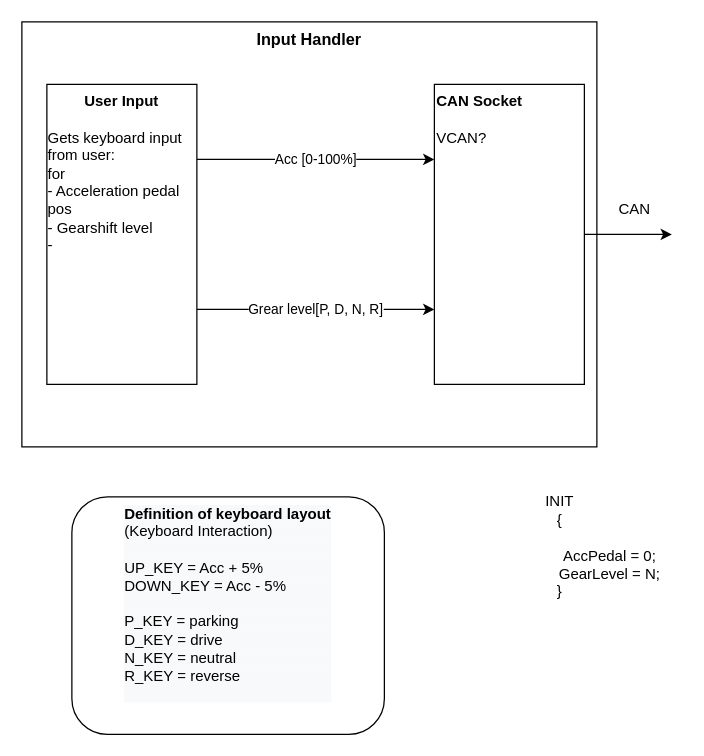
This is Requirements/Input Handler.drawio from yongsenliu/Ramone, a draw.io file, before an edit. Source tidied: cells renumbered, new cells numbered last; positions are measured from the earlier drawing's top-left corner, leaving out a move shared by most shapes. Both pictures are drawn from the tidied source at 125%, with x=0, y=0 at pixel (21, 21).
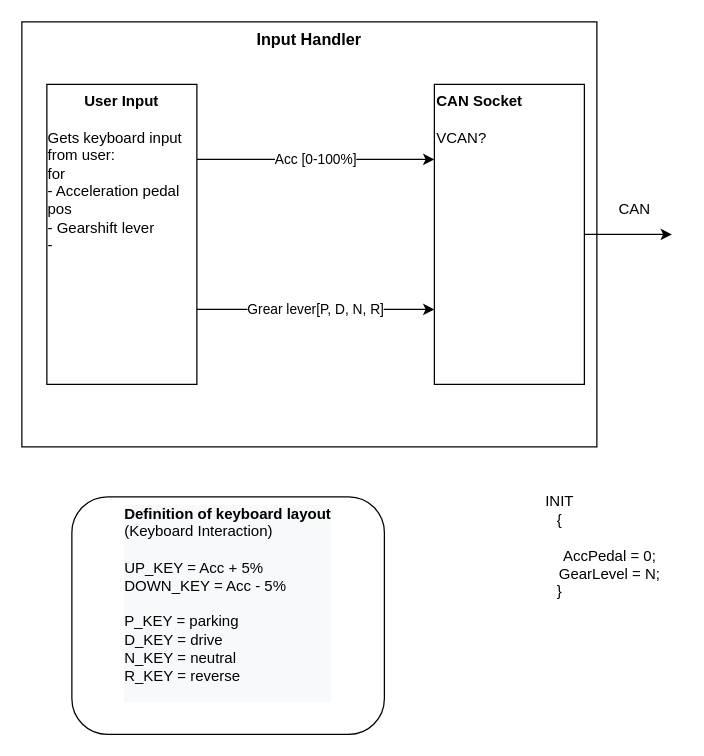
The same page after the edit.

The edit, as a diff of the source:
```diff
@@
 <mxGraphModel>
   <root>
     <mxCell id="0" />
     <mxCell id="1" parent="0" />
     <mxCell id="2" value="&lt;b&gt;&lt;font style=&quot;font-size: 13px&quot;&gt;Input Handler&lt;/font&gt;&lt;/b&gt;" style="rounded=0;whiteSpace=wrap;html=1;align=center;verticalAlign=top;" parent="1" vertex="1">
       <mxGeometry width="460" height="340" as="geometry" />
     </mxCell>
-    <mxCell id="3" value="&lt;b&gt;User Input&lt;/b&gt;&lt;br&gt;&lt;br&gt;&lt;div style=&quot;text-align: left&quot;&gt;Gets keyboard input from user:&lt;/div&gt;&lt;div style=&quot;text-align: left&quot;&gt;for&amp;nbsp;&lt;/div&gt;&lt;div style=&quot;text-align: left&quot;&gt;- Acceleration pedal&amp;nbsp; pos&lt;/div&gt;&lt;div style=&quot;text-align: left&quot;&gt;- Gearshift level&lt;/div&gt;&lt;div style=&quot;text-align: left&quot;&gt;-&amp;nbsp;&lt;/div&gt;&lt;div style=&quot;text-align: left&quot;&gt;&lt;br&gt;&lt;/div&gt;&lt;div style=&quot;text-align: left&quot;&gt;&lt;br&gt;&lt;/div&gt;" style="rounded=0;whiteSpace=wrap;html=1;align=center;verticalAlign=top;" parent="1" vertex="1">
+    <mxCell id="3" value="&lt;b&gt;User Input&lt;/b&gt;&lt;br&gt;&lt;br&gt;&lt;div style=&quot;text-align: left&quot;&gt;Gets keyboard input from user:&lt;/div&gt;&lt;div style=&quot;text-align: left&quot;&gt;for&amp;nbsp;&lt;/div&gt;&lt;div style=&quot;text-align: left&quot;&gt;- Acceleration pedal&amp;nbsp; pos&lt;/div&gt;&lt;div style=&quot;text-align: left&quot;&gt;- Gearshift lever&lt;/div&gt;&lt;div style=&quot;text-align: left&quot;&gt;-&amp;nbsp;&lt;/div&gt;&lt;div style=&quot;text-align: left&quot;&gt;&lt;br&gt;&lt;/div&gt;&lt;div style=&quot;text-align: left&quot;&gt;&lt;br&gt;&lt;/div&gt;" style="rounded=0;whiteSpace=wrap;html=1;align=center;verticalAlign=top;" parent="1" vertex="1">
       <mxGeometry x="20" y="50" width="120" height="240" as="geometry" />
     </mxCell>
     <mxCell id="4" value="&lt;b&gt;CAN Socket&lt;/b&gt;&lt;br&gt;&lt;br&gt;VCAN?" style="rounded=0;whiteSpace=wrap;html=1;align=left;verticalAlign=top;" parent="1" vertex="1">
       <mxGeometry x="330" y="50" width="120" height="240" as="geometry" />
     </mxCell>
     <mxCell id="5" value="&lt;div style=&quot;color: rgb(0 , 0 , 0) ; font-family: &amp;#34;helvetica&amp;#34; ; font-size: 12px ; font-style: normal ; letter-spacing: normal ; text-indent: 0px ; text-transform: none ; word-spacing: 0px ; background-color: rgb(248 , 249 , 250) ; text-align: left&quot;&gt;&lt;b&gt;Definition of keyboard layout&lt;/b&gt;&lt;/div&gt;&lt;div style=&quot;color: rgb(0 , 0 , 0) ; font-family: &amp;#34;helvetica&amp;#34; ; font-size: 12px ; font-style: normal ; letter-spacing: normal ; text-indent: 0px ; text-transform: none ; word-spacing: 0px ; background-color: rgb(248 , 249 , 250) ; text-align: left&quot;&gt;(Keyboard Interaction)&lt;/div&gt;&lt;div style=&quot;color: rgb(0 , 0 , 0) ; font-family: &amp;#34;helvetica&amp;#34; ; font-size: 12px ; font-style: normal ; letter-spacing: normal ; text-indent: 0px ; text-transform: none ; word-spacing: 0px ; background-color: rgb(248 , 249 , 250) ; text-align: left&quot;&gt;&lt;br&gt;&lt;/div&gt;&lt;div style=&quot;text-align: left ; color: rgb(0 , 0 , 0) ; font-family: &amp;#34;helvetica&amp;#34; ; font-size: 12px ; font-style: normal ; letter-spacing: normal ; text-indent: 0px ; text-transform: none ; word-spacing: 0px ; background-color: rgb(248 , 249 , 250)&quot;&gt;UP_KEY = Acc + 5%&lt;/div&gt;&lt;div style=&quot;text-align: left ; color: rgb(0 , 0 , 0) ; font-family: &amp;#34;helvetica&amp;#34; ; font-size: 12px ; font-style: normal ; letter-spacing: normal ; text-indent: 0px ; text-transform: none ; word-spacing: 0px ; background-color: rgb(248 , 249 , 250)&quot;&gt;DOWN_KEY = Acc - 5%&lt;/div&gt;&lt;div style=&quot;text-align: left ; color: rgb(0 , 0 , 0) ; font-family: &amp;#34;helvetica&amp;#34; ; font-size: 12px ; font-style: normal ; letter-spacing: normal ; text-indent: 0px ; text-transform: none ; word-spacing: 0px ; background-color: rgb(248 , 249 , 250)&quot;&gt;&lt;br&gt;&lt;/div&gt;&lt;div style=&quot;text-align: left ; color: rgb(0 , 0 , 0) ; font-family: &amp;#34;helvetica&amp;#34; ; font-size: 12px ; font-style: normal ; letter-spacing: normal ; text-indent: 0px ; text-transform: none ; word-spacing: 0px ; background-color: rgb(248 , 249 , 250)&quot;&gt;P_KEY = parking&lt;/div&gt;&lt;div style=&quot;text-align: left ; color: rgb(0 , 0 , 0) ; font-family: &amp;#34;helvetica&amp;#34; ; font-size: 12px ; font-style: normal ; letter-spacing: normal ; text-indent: 0px ; text-transform: none ; word-spacing: 0px ; background-color: rgb(248 , 249 , 250)&quot;&gt;D_KEY = drive&lt;/div&gt;&lt;div style=&quot;text-align: left ; color: rgb(0 , 0 , 0) ; font-family: &amp;#34;helvetica&amp;#34; ; font-size: 12px ; font-style: normal ; letter-spacing: normal ; text-indent: 0px ; text-transform: none ; word-spacing: 0px ; background-color: rgb(248 , 249 , 250)&quot;&gt;N_KEY = neutral&lt;/div&gt;&lt;div style=&quot;text-align: left ; color: rgb(0 , 0 , 0) ; font-family: &amp;#34;helvetica&amp;#34; ; font-size: 12px ; font-style: normal ; letter-spacing: normal ; text-indent: 0px ; text-transform: none ; word-spacing: 0px ; background-color: rgb(248 , 249 , 250)&quot;&gt;R_KEY = reverse&lt;/div&gt;&lt;div style=&quot;text-align: left ; color: rgb(0 , 0 , 0) ; font-family: &amp;#34;helvetica&amp;#34; ; font-size: 12px ; font-style: normal ; letter-spacing: normal ; text-indent: 0px ; text-transform: none ; word-spacing: 0px ; background-color: rgb(248 , 249 , 250)&quot;&gt;&lt;br&gt;&lt;/div&gt;" style="rounded=1;whiteSpace=wrap;html=1;align=center;verticalAlign=top;" parent="1" vertex="1">
       <mxGeometry x="40" y="380" width="250" height="190" as="geometry" />
     </mxCell>
     <mxCell id="6" value="Acc [0-100%]" style="endArrow=classic;html=1;exitX=1;exitY=0.25;exitDx=0;exitDy=0;entryX=0;entryY=0.25;entryDx=0;entryDy=0;" parent="1" edge="1" source="3" target="4">
       <mxGeometry relative="1" as="geometry" />
     </mxCell>
-    <mxCell id="7" value="Grear level[P, D, N, R]" style="endArrow=classic;html=1;exitX=1;exitY=0.75;exitDx=0;exitDy=0;entryX=0;entryY=0.75;entryDx=0;entryDy=0;" parent="1" edge="1" source="3" target="4">
+    <mxCell id="7" value="Grear lever[P, D, N, R]" style="endArrow=classic;html=1;exitX=1;exitY=0.75;exitDx=0;exitDy=0;entryX=0;entryY=0.75;entryDx=0;entryDy=0;" parent="1" edge="1" source="3" target="4">
       <mxGeometry relative="1" as="geometry" />
     </mxCell>
     <mxCell id="8" style="endArrow=classic;html=1;exitX=1;exitY=0.5;exitDx=0;exitDy=0;" parent="1" edge="1" source="4">
       <mxGeometry relative="1" as="geometry">
         <mxPoint x="520" y="170" as="targetPoint" />
       </mxGeometry>
     </mxCell>
     <mxCell id="9" value="CAN" style="text;html=1;align=center;verticalAlign=middle;strokeColor=none;" parent="1" vertex="1">
       <mxGeometry x="470" y="140" width="40" height="20" as="geometry" />
     </mxCell>
     <mxCell id="10" value="INIT&lt;br&gt;{&lt;br&gt;&lt;br&gt;&lt;span style=&quot;white-space: pre&quot;&gt;&#9;&lt;/span&gt;&lt;span style=&quot;white-space: pre&quot;&gt;&#9;&lt;/span&gt;&lt;span style=&quot;white-space: pre&quot;&gt;&#9;&lt;/span&gt;AccPedal = 0;&lt;br&gt;&lt;span style=&quot;white-space: pre&quot;&gt;&#9;&lt;/span&gt;&lt;span style=&quot;white-space: pre&quot;&gt;&#9;&lt;/span&gt;&lt;span style=&quot;white-space: pre&quot;&gt;&#9;&lt;/span&gt;GearLevel = N;&lt;br&gt;}" style="text;html=1;align=center;verticalAlign=middle;strokeColor=none;" parent="1" vertex="1">
       <mxGeometry x="340" y="375" width="180" height="90" as="geometry" />
     </mxCell>
   </root>
 </mxGraphModel>
```
